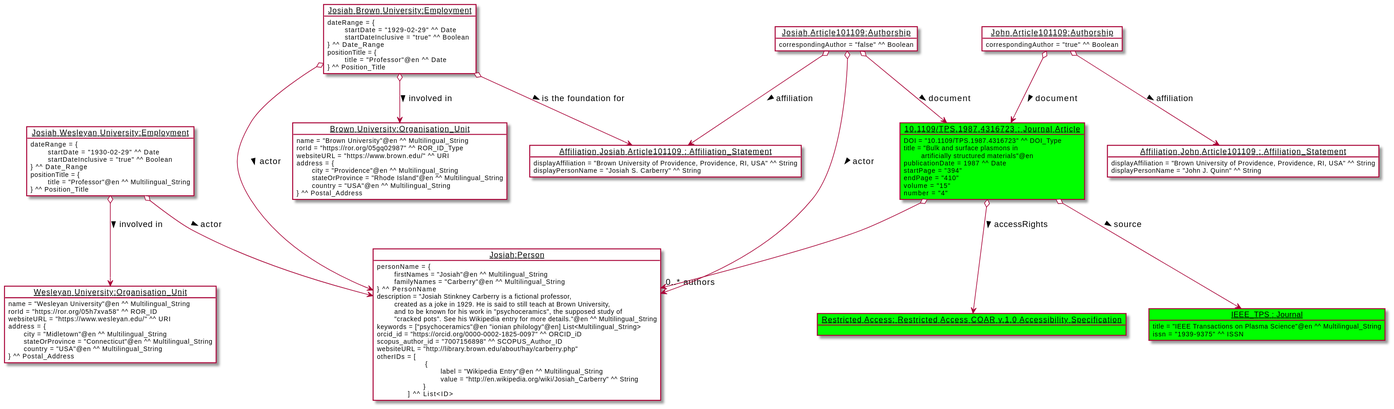
Before: UC1/example.svg, a diagram exported from PlantUML (EuroCRIS/CERIF-Refactoring-ModelUseCases).
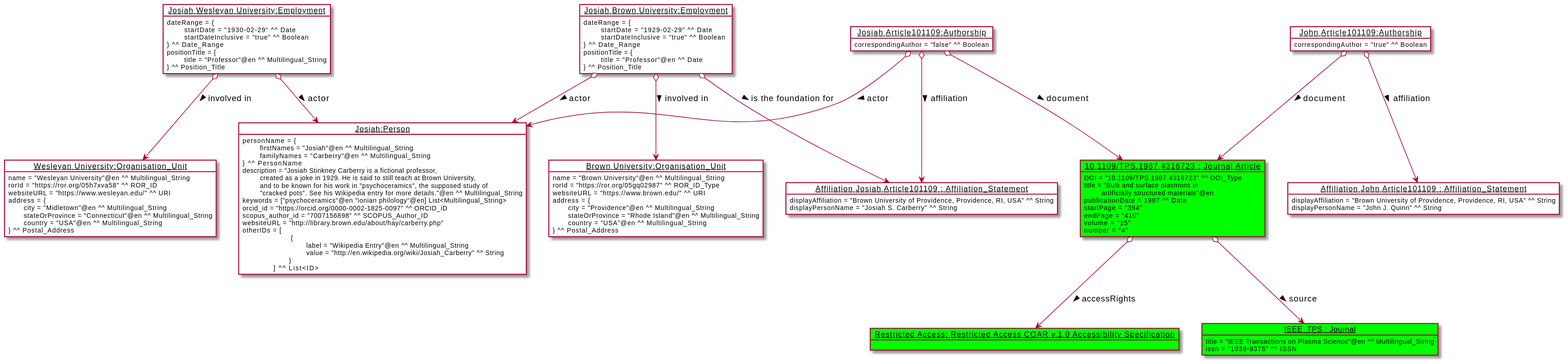
The same file after the commit.

Commit message:
:rocket: adding generated diagrams

Diff of the diagram source:
```diff
@@ -108,8 +108,6 @@
 
         Article101109 o--> RestrictedAccess : accessRights >
 
-        Article101109 o--> "0..* authors" Josiah
-
     !endsub
 
     !startsub authorships
```
